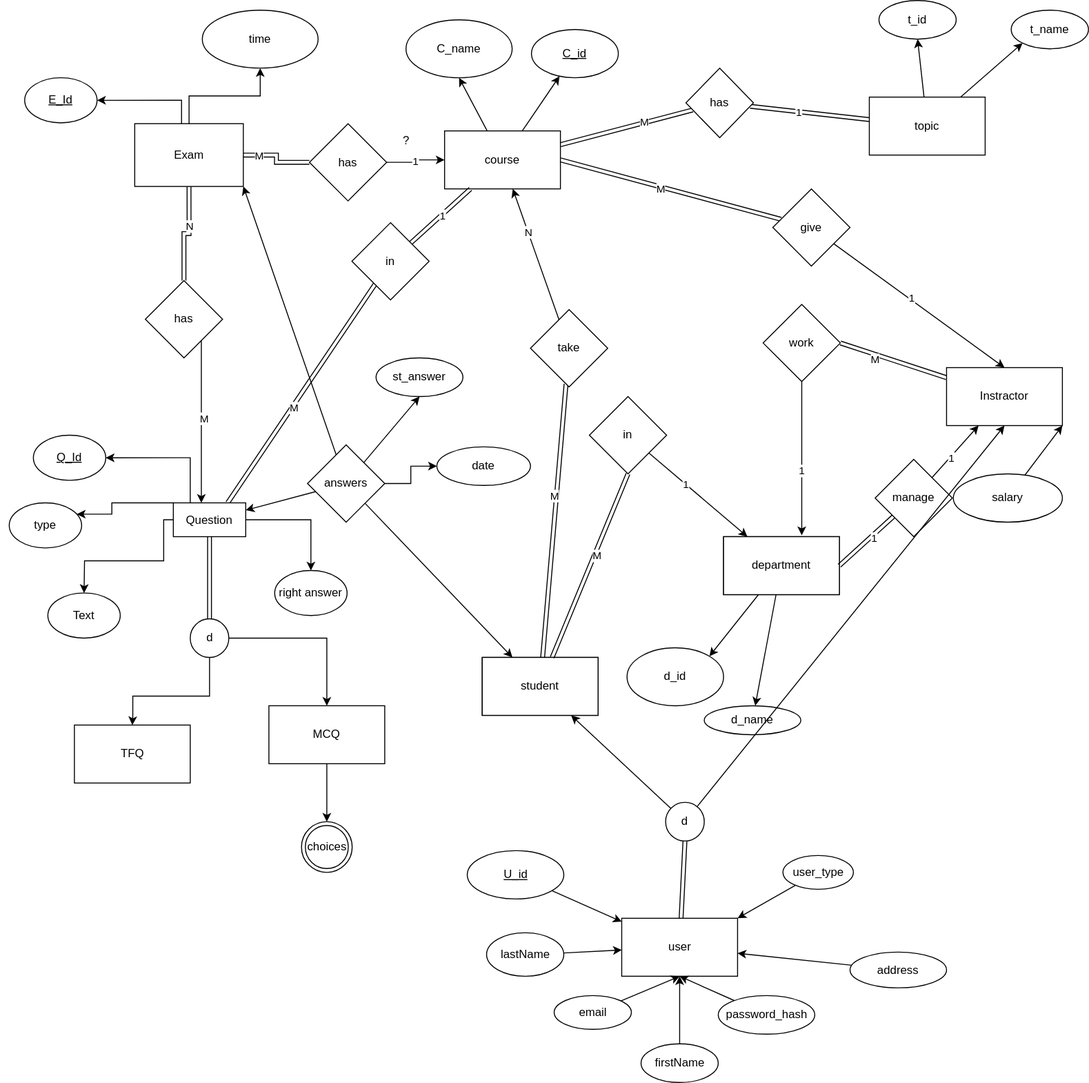
This is ERD.drawio.svg from abdo1819/Examination-system, a draw.io export, as it was before one commit. Source tidied: cells renumbered, new cells last; positions are measured from the earlier drawing's top-left corner, leaving out a move shared by most shapes.
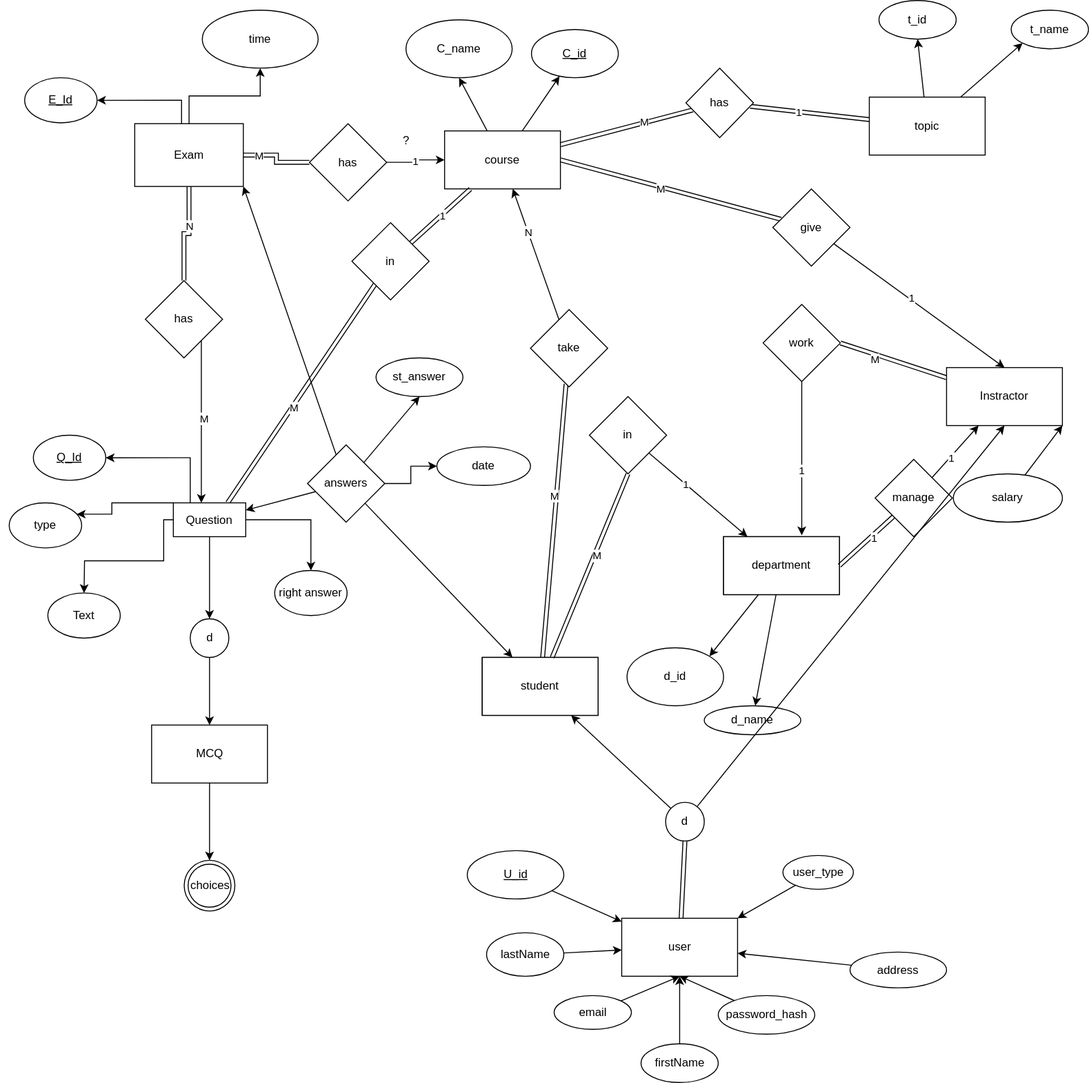
After the commit.

Commit message:
use partial specialization and make TFQ implicit

Diff of the diagram source:
```diff
@@ -327,19 +327,16 @@
       <mxGeometry relative="1" as="geometry" />
     </mxCell>
     <mxCell id="105" value="MCQ" style="rounded=0;whiteSpace=wrap;html=1;" parent="1" vertex="1">
-      <mxGeometry x="278" y="730" width="120" height="60" as="geometry" />
+      <mxGeometry x="156.5" y="750" width="120" height="60" as="geometry" />
     </mxCell>
-    <mxCell id="106" value="TFQ" style="rounded=0;whiteSpace=wrap;html=1;" parent="1" vertex="1">
-      <mxGeometry x="76.5" y="750" width="120" height="60" as="geometry" />
-    </mxCell>
-    <mxCell id="107" style="edgeStyle=orthogonalEdgeStyle;rounded=0;jettySize=auto;html=1;entryX=0.5;entryY=0;entryDx=0;entryDy=0;shape=link;" parent="1" edge="1" source="108" target="122">
+    <mxCell id="107" style="edgeStyle=orthogonalEdgeStyle;rounded=0;jettySize=auto;html=1;entryX=0.5;entryY=0;entryDx=0;entryDy=0;" parent="1" edge="1" source="108" target="122">
       <mxGeometry relative="1" as="geometry" />
     </mxCell>
     <mxCell id="108" value="Question" style="rounded=0;whiteSpace=wrap;html=1;" parent="1" vertex="1">
       <mxGeometry x="179" y="520" width="75" height="35" as="geometry" />
     </mxCell>
     <mxCell id="109" value="choices" style="ellipse;shape=doubleEllipse;html=1;dashed=0;whitespace=wrap;" parent="1" vertex="1">
-      <mxGeometry x="311.8" y="850" width="52.5" height="52.5" as="geometry" />
+      <mxGeometry x="190.2" y="890" width="52.5" height="52.5" as="geometry" />
     </mxCell>
     <mxCell id="110" value="Text" style="ellipse;whiteSpace=wrap;html=1;" parent="1" vertex="1">
       <mxGeometry x="49" y="613.3" width="75" height="46.7" as="geometry" />
@@ -389,15 +386,6 @@
     <mxCell id="120" style="edgeStyle=orthogonalEdgeStyle;rounded=0;jettySize=auto;html=1;" parent="1" edge="1" source="122" target="105">
       <mxGeometry relative="1" as="geometry" />
     </mxCell>
-    <mxCell id="121" style="edgeStyle=orthogonalEdgeStyle;rounded=0;jettySize=auto;html=1;entryX=0.5;entryY=0;entryDx=0;entryDy=0;" parent="1" edge="1" source="122" target="106">
-      <mxGeometry relative="1" as="geometry">
-        <Array as="points">
-          <mxPoint x="217" y="720" />
-          <mxPoint x="137" y="720" />
-          <mxPoint x="137" y="740" />
-        </Array>
-      </mxGeometry>
-    </mxCell>
     <mxCell id="122" value="d" style="ellipse;whiteSpace=wrap;html=1;" parent="1" vertex="1">
       <mxGeometry x="196.5" y="640" width="40" height="40" as="geometry" />
     </mxCell>
```
